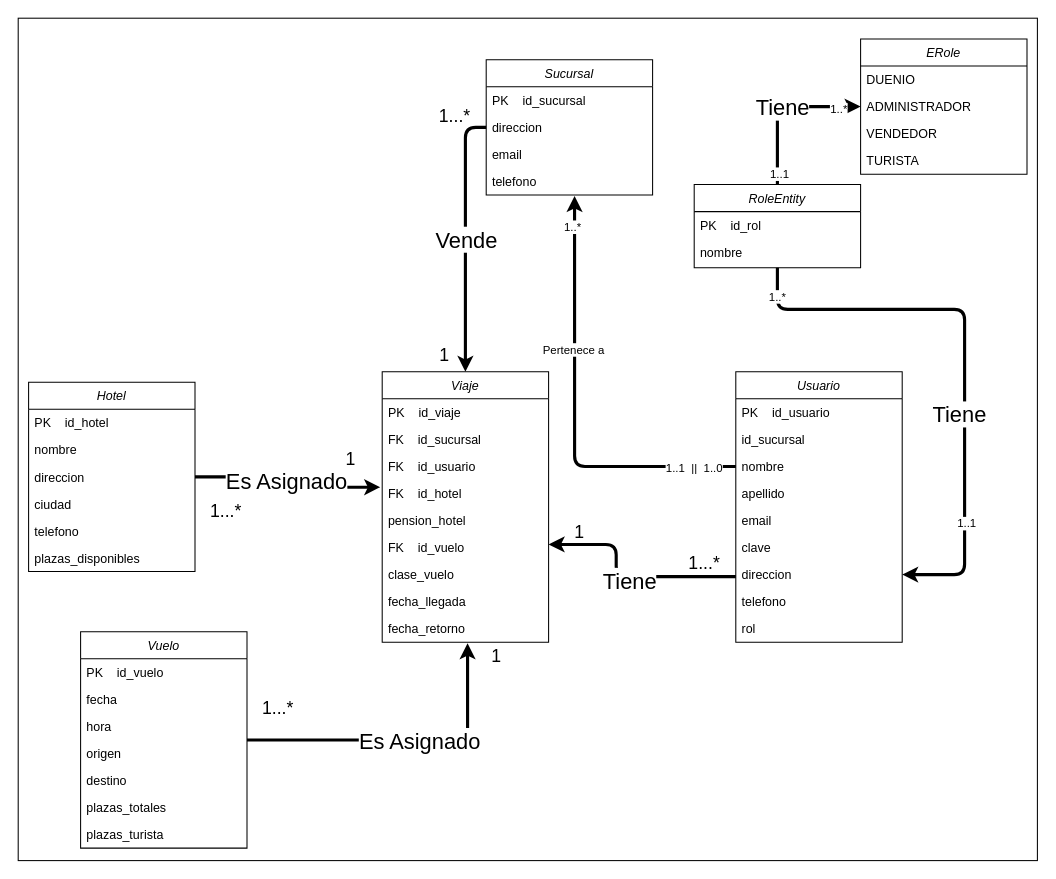
Earlier version of the draw.io diagram Diagramas/ER.drawio (D-Malex/P2-Java). Source tidied: cells renumbered, new cells numbered last; positions are measured from the earlier drawing's top-left corner, leaving out a move shared by most shapes. Both pictures are drawn from the tidied source at 104%, with x=0, y=0 at pixel (18, 18).
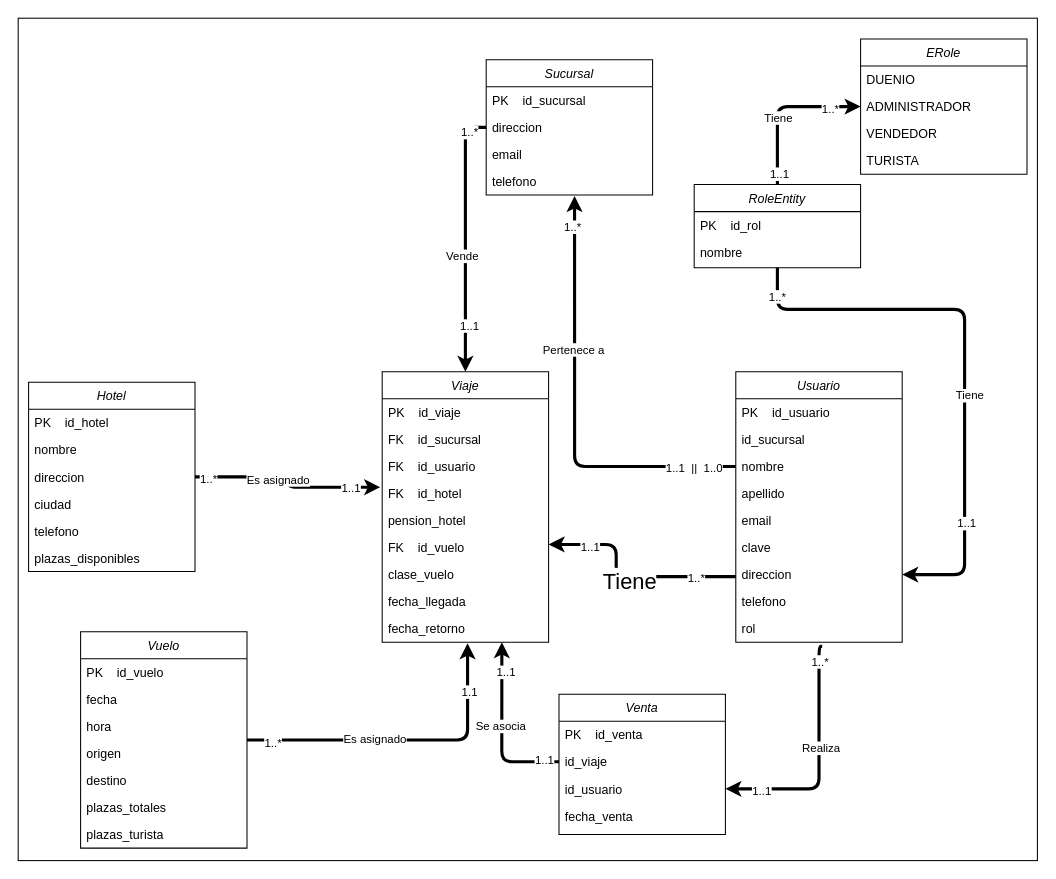
After the change.

Unchanged cells that the change refers to:
```xml
<mxCell id="3" style="edgeStyle=orthogonalEdgeStyle;rounded=1;jettySize=auto;html=1;entryX=0.513;entryY=1.038;entryDx=0;entryDy=0;entryPerimeter=0;strokeWidth=3;curved=0;" parent="1" edge="1" source="57" target="51">
  <mxGeometry relative="1" as="geometry" />
</mxCell>
<mxCell id="5" style="edgeStyle=orthogonalEdgeStyle;rounded=1;orthogonalLoop=1;jettySize=auto;html=1;strokeWidth=3;curved=0;" parent="1" edge="1">
  <mxGeometry relative="1" as="geometry">
    <mxPoint x="690" y="537" as="sourcePoint" />
    <mxPoint x="510" y="506" as="targetPoint" />
    <Array as="points">
      <mxPoint x="575" y="537" />
      <mxPoint x="575" y="506" />
    </Array>
  </mxGeometry>
</mxCell>
<mxCell id="7" style="group;" parent="1" vertex="1">
  <mxGeometry x="630" y="340" width="220" height="234" as="geometry" />
</mxCell>
<mxCell id="17" value="rol" style="text;align=left;verticalAlign=top;spacingLeft=4;spacingRight=4;overflow=hidden;points=[[0,0.5],[1,0.5]];portConstraint=eastwest;rounded=0;shadow=0;html=0;" parent="8" vertex="1">
  <mxGeometry y="234" width="160" height="26" as="geometry" />
</mxCell>
<mxCell id="19" style="edgeStyle=orthogonalEdgeStyle;rounded=1;jettySize=auto;html=1;entryX=0.5;entryY=0;entryDx=0;entryDy=0;strokeWidth=3;curved=0;" parent="1" edge="1" source="26" target="42">
  <mxGeometry relative="1" as="geometry" />
</mxCell>
<mxCell id="21" style="edgeStyle=orthogonalEdgeStyle;rounded=1;jettySize=auto;html=1;entryX=-0.012;entryY=0.269;entryDx=0;entryDy=0;entryPerimeter=0;strokeWidth=3;curved=0;" parent="1" edge="1" source="30" target="46">
  <mxGeometry relative="1" as="geometry" />
</mxCell>
<mxCell id="29" style="group;" parent="1" vertex="1">
  <mxGeometry x="10" y="350" width="220" height="182" as="geometry" />
</mxCell>
<mxCell id="38" style="group;" parent="1" vertex="1">
  <mxGeometry x="290" y="310" width="280" height="320" as="geometry" />
</mxCell>
<mxCell id="39" style="group;" parent="38" vertex="1">
  <mxGeometry width="280" height="290" as="geometry" />
</mxCell>
<mxCell id="40" style="group;" parent="39" vertex="1">
  <mxGeometry x="60" width="220" height="290" as="geometry" />
</mxCell>
<mxCell id="41" style="group;" parent="40" vertex="1">
  <mxGeometry y="30" width="220" height="260" as="geometry" />
</mxCell>
<mxCell id="51" value="fecha_retorno" style="text;align=left;verticalAlign=top;spacingLeft=4;spacingRight=4;overflow=hidden;points=[[0,0.5],[1,0.5]];portConstraint=eastwest;rounded=0;shadow=0;html=0;" parent="42" vertex="1">
  <mxGeometry y="234" width="160" height="26" as="geometry" />
</mxCell>
<mxCell id="56" style="group;" parent="1" vertex="1">
  <mxGeometry x="60" y="590" width="220" height="182" as="geometry" />
</mxCell>
<mxCell id="71" style="edgeStyle=orthogonalEdgeStyle;rounded=1;jettySize=auto;html=1;exitX=0.5;exitY=1;exitDx=0;exitDy=0;entryX=1;entryY=0.5;entryDx=0;entryDy=0;strokeWidth=3;curved=0;" parent="1" edge="1" source="74" target="15">
  <mxGeometry relative="1" as="geometry">
    <Array as="points">
      <mxPoint x="730" y="280" />
      <mxPoint x="910" y="280" />
      <mxPoint x="910" y="535" />
    </Array>
  </mxGeometry>
</mxCell>
<mxCell id="77" style="edgeStyle=orthogonalEdgeStyle;rounded=1;jettySize=auto;html=1;entryX=0;entryY=0.5;entryDx=0;entryDy=0;curved=0;strokeWidth=3;exitX=0.5;exitY=0;exitDx=0;exitDy=0;" parent="1" edge="1" source="74" target="68">
  <mxGeometry relative="1" as="geometry">
    <Array as="points">
      <mxPoint x="730" y="85" />
    </Array>
  </mxGeometry>
</mxCell>
```

Change to the diagram source:
```diff
@@
-    <mxCell id="4" value="&lt;font style=&quot;font-size: 21px;&quot;&gt;Es Asignado&lt;/font&gt;" style="edgeLabel;html=1;align=center;verticalAlign=middle;" parent="3" vertex="1">
-      <mxGeometry x="-0.3" y="-3" relative="1" as="geometry">
-        <mxPoint x="58" y="-3" as="offset" />
-      </mxGeometry>
-    </mxCell>
+    <mxCell id="87" value="1.1" style="edgeLabel;html=1;align=center;verticalAlign=middle;" parent="3" vertex="1">
+      <mxGeometry x="0.7" y="-1" relative="1" as="geometry" />
+    </mxCell>
+    <mxCell id="88" value="Es asignado" style="edgeLabel;html=1;align=center;verticalAlign=middle;" parent="3" vertex="1">
+      <mxGeometry x="-0.2" y="2" relative="1" as="geometry" />
+    </mxCell>
+    <mxCell id="89" value="1..*" style="edgeLabel;html=1;align=center;verticalAlign=middle;" parent="3" vertex="1">
+      <mxGeometry x="-0.84" y="-2" relative="1" as="geometry" />
+    </mxCell>
@@
+    <mxCell id="90" value="1..*" style="edgeLabel;html=1;align=center;verticalAlign=middle;" parent="5" vertex="1">
+      <mxGeometry x="-0.63" y="1" relative="1" as="geometry" />
+    </mxCell>
+    <mxCell id="91" value="1..1" style="edgeLabel;html=1;align=center;verticalAlign=middle;" parent="5" vertex="1">
+      <mxGeometry x="0.63" y="2" relative="1" as="geometry" />
+    </mxCell>
@@
-    <mxCell id="18" value="&lt;font style=&quot;font-size: 17px;&quot;&gt;1...*&lt;/font&gt;" style="text;html=1;align=center;verticalAlign=middle;whiteSpace=wrap;rounded=0;" parent="7" vertex="1">
-      <mxGeometry y="170" width="60" height="30" as="geometry" />
-    </mxCell>
@@
-    <mxCell id="20" value="&lt;font style=&quot;font-size: 21px;&quot;&gt;Vende&lt;/font&gt;" style="edgeLabel;html=1;align=center;verticalAlign=middle;" parent="19" vertex="1">
-      <mxGeometry x="-0.24" y="-2" relative="1" as="geometry">
-        <mxPoint x="2" y="30" as="offset" />
-      </mxGeometry>
+    <mxCell id="20" value="Vende" style="edgeLabel;html=1;align=center;verticalAlign=middle;" parent="19" vertex="1">
+      <mxGeometry x="0.12" y="-4" relative="1" as="geometry" />
     </mxCell>
+    <mxCell id="92" value="1..*" style="edgeLabel;html=1;align=center;verticalAlign=middle;" parent="19" vertex="1">
+      <mxGeometry x="-0.81" y="3" relative="1" as="geometry" />
+    </mxCell>
+    <mxCell id="93" value="1..1" style="edgeLabel;html=1;align=center;verticalAlign=middle;" parent="19" vertex="1">
+      <mxGeometry x="0.65" y="3" relative="1" as="geometry" />
+    </mxCell>
@@
-    <mxCell id="22" value="&lt;font style=&quot;font-size: 21px;&quot;&gt;Es Asignado&lt;/font&gt;" style="edgeLabel;html=1;align=center;verticalAlign=middle;" parent="21" vertex="1">
-      <mxGeometry x="-0.07" y="-3" relative="1" as="geometry" />
-    </mxCell>
+    <mxCell id="94" value="1..*" style="edgeLabel;html=1;align=center;verticalAlign=middle;" parent="21" vertex="1">
+      <mxGeometry x="-0.87" y="-1" relative="1" as="geometry" />
+    </mxCell>
+    <mxCell id="95" value="Es asignado" style="edgeLabel;html=1;align=center;verticalAlign=middle;" parent="21" vertex="1">
+      <mxGeometry x="-0.16" y="-2" relative="1" as="geometry" />
+    </mxCell>
+    <mxCell id="96" value="1..1" style="edgeLabel;html=1;align=center;verticalAlign=middle;" parent="21" vertex="1">
+      <mxGeometry x="0.69" y="-1" relative="1" as="geometry" />
+    </mxCell>
@@
-    <mxCell id="37" value="&lt;font style=&quot;font-size: 17px;&quot;&gt;1...*&lt;/font&gt;" style="text;html=1;align=center;verticalAlign=middle;whiteSpace=wrap;rounded=0;" parent="29" vertex="1">
-      <mxGeometry x="160" y="110" width="60" height="30" as="geometry" />
-    </mxCell>
@@
-    <mxCell id="52" value="&lt;font style=&quot;font-size: 17px;&quot;&gt;1&lt;/font&gt;" style="text;html=1;align=center;verticalAlign=middle;whiteSpace=wrap;rounded=0;" parent="41" vertex="1">
-      <mxGeometry x="160" y="140" width="60" height="30" as="geometry" />
-    </mxCell>
-    <mxCell id="53" value="&lt;span style=&quot;font-size: 17px;&quot;&gt;1&lt;/span&gt;" style="text;html=1;align=center;verticalAlign=middle;whiteSpace=wrap;rounded=0;" parent="40" vertex="1">
-      <mxGeometry x="30" width="60" height="30" as="geometry" />
-    </mxCell>
-    <mxCell id="54" value="&lt;font style=&quot;font-size: 17px;&quot;&gt;1&lt;/font&gt;" style="text;html=1;align=center;verticalAlign=middle;whiteSpace=wrap;rounded=0;" parent="39" vertex="1">
-      <mxGeometry y="100" width="60" height="30" as="geometry" />
-    </mxCell>
-    <mxCell id="55" value="&lt;font style=&quot;font-size: 17px;&quot;&gt;1&lt;/font&gt;" style="text;html=1;align=center;verticalAlign=middle;whiteSpace=wrap;rounded=0;" parent="38" vertex="1">
-      <mxGeometry x="140" y="290" width="60" height="30" as="geometry" />
-    </mxCell>
@@
-    <mxCell id="65" value="&lt;font style=&quot;font-size: 17px;&quot;&gt;1...*&lt;/font&gt;" style="text;html=1;align=center;verticalAlign=middle;whiteSpace=wrap;rounded=0;" parent="56" vertex="1">
-      <mxGeometry x="160" y="60" width="60" height="30" as="geometry" />
-    </mxCell>
@@
+    <mxCell id="97" value="Tiene" style="edgeLabel;html=1;align=center;verticalAlign=middle;" parent="71" vertex="1">
+      <mxGeometry x="0.13" y="4" relative="1" as="geometry" />
+    </mxCell>
@@
     <mxCell id="79" value="1..*" style="edgeLabel;html=1;align=center;verticalAlign=middle;" parent="77" vertex="1">
-      <mxGeometry x="0.71" y="-2" relative="1" as="geometry" />
+      <mxGeometry x="0.71" y="-2" relative="1" as="geometry">
+        <mxPoint x="-8" as="offset" />
+      </mxGeometry>
     </mxCell>
-    <mxCell id="80" value="&lt;font style=&quot;font-size: 21px;&quot;&gt;Tiene&lt;/font&gt;" style="edgeLabel;html=1;align=center;verticalAlign=middle;" parent="1" vertex="1">
-      <mxGeometry x="740" y="85" as="geometry">
-        <mxPoint x="-6" as="offset" />
-      </mxGeometry>
-    </mxCell>
-    <mxCell id="81" value="&lt;font style=&quot;font-size: 21px;&quot;&gt;Tiene&lt;/font&gt;" style="edgeLabel;html=1;align=center;verticalAlign=middle;" parent="1" vertex="1">
-      <mxGeometry x="910" y="380" as="geometry">
-        <mxPoint x="-6" as="offset" />
-      </mxGeometry>
-    </mxCell>
-    <mxCell id="82" value="&lt;font style=&quot;font-size: 17px;&quot;&gt;1...*&lt;/font&gt;" style="text;html=1;align=center;verticalAlign=middle;whiteSpace=wrap;rounded=0;" parent="1" vertex="1">
-      <mxGeometry x="390" y="80" width="60" height="30" as="geometry" />
-    </mxCell>
+    <mxCell id="98" value="Tiene" style="edgeLabel;html=1;align=center;verticalAlign=middle;" parent="77" vertex="1">
+      <mxGeometry x="-0.16" relative="1" as="geometry" />
+    </mxCell>
@@
+    <mxCell id="99" value="Venta" style="swimlane;fontStyle=2;align=center;verticalAlign=top;horizontal=1;startSize=26;rounded=0;shadow=0;strokeWidth=1;" parent="1" vertex="1">
+      <mxGeometry x="520" y="650" width="160" height="135" as="geometry" />
+    </mxCell>
+    <mxCell id="100" value="PK    id_venta" style="text;align=left;verticalAlign=top;spacingLeft=4;spacingRight=4;overflow=hidden;" parent="99" vertex="1">
+      <mxGeometry y="26" width="160" height="26" as="geometry" />
+    </mxCell>
+    <mxCell id="101" value="id_viaje" style="text;align=left;verticalAlign=top;spacingLeft=4;spacingRight=4;overflow=hidden;points=[[0,0.5],[1,0.5]];portConstraint=eastwest;rounded=0;shadow=0;html=0;" parent="99" vertex="1">
+      <mxGeometry y="52" width="160" height="26" as="geometry" />
+    </mxCell>
+    <mxCell id="102" value="id_usuario" style="text;align=left;verticalAlign=top;spacingLeft=4;spacingRight=4;overflow=hidden;points=[[0,0.5],[1,0.5]];portConstraint=eastwest;rounded=0;shadow=0;html=0;" parent="99" vertex="1">
+      <mxGeometry y="78" width="160" height="26" as="geometry" />
+    </mxCell>
+    <mxCell id="103" value="fecha_venta" style="text;align=left;verticalAlign=top;spacingLeft=4;spacingRight=4;overflow=hidden;rounded=0;shadow=0;html=0;" parent="99" vertex="1">
+      <mxGeometry y="104" width="160" height="26" as="geometry" />
+    </mxCell>
+    <mxCell id="104" style="edgeStyle=orthogonalEdgeStyle;rounded=1;jettySize=auto;html=1;exitX=0.519;exitY=1.154;exitDx=0;exitDy=0;entryX=1;entryY=0.5;entryDx=0;entryDy=0;exitPerimeter=0;curved=0;strokeWidth=3;" parent="1" edge="1" source="17" target="102">
+      <mxGeometry relative="1" as="geometry">
+        <Array as="points">
+          <mxPoint x="770" y="604" />
+          <mxPoint x="770" y="741" />
+        </Array>
+      </mxGeometry>
+    </mxCell>
+    <mxCell id="105" value="1..*" style="edgeLabel;html=1;align=center;verticalAlign=middle;" parent="104" vertex="1">
+      <mxGeometry x="-0.84" relative="1" as="geometry" />
+    </mxCell>
+    <mxCell id="106" value="1..1" style="edgeLabel;html=1;align=center;verticalAlign=middle;" parent="104" vertex="1">
+      <mxGeometry x="0.7" y="1" relative="1" as="geometry" />
+    </mxCell>
+    <mxCell id="107" value="Realiza" style="edgeLabel;html=1;align=center;verticalAlign=middle;" parent="104" vertex="1">
+      <mxGeometry x="-0.12" y="1" relative="1" as="geometry" />
+    </mxCell>
+    <mxCell id="108" style="edgeStyle=orthogonalEdgeStyle;rounded=1;jettySize=auto;html=1;exitX=0;exitY=0.5;exitDx=0;exitDy=0;entryX=0.719;entryY=1;entryDx=0;entryDy=0;entryPerimeter=0;curved=0;strokeWidth=3;" parent="1" edge="1" source="101" target="51">
+      <mxGeometry relative="1" as="geometry" />
+    </mxCell>
+    <mxCell id="109" value="1..1" style="edgeLabel;html=1;align=center;verticalAlign=middle;" parent="108" vertex="1">
+      <mxGeometry x="0.67" y="-3" relative="1" as="geometry" />
+    </mxCell>
+    <mxCell id="110" value="1..1" style="edgeLabel;html=1;align=center;verticalAlign=middle;" parent="108" vertex="1">
+      <mxGeometry x="-0.82" y="-2" relative="1" as="geometry" />
+    </mxCell>
+    <mxCell id="111" value="Se asocia" style="edgeLabel;html=1;align=center;verticalAlign=middle;" parent="108" vertex="1">
+      <mxGeometry x="0.05" y="2" relative="1" as="geometry" />
+    </mxCell>
```
